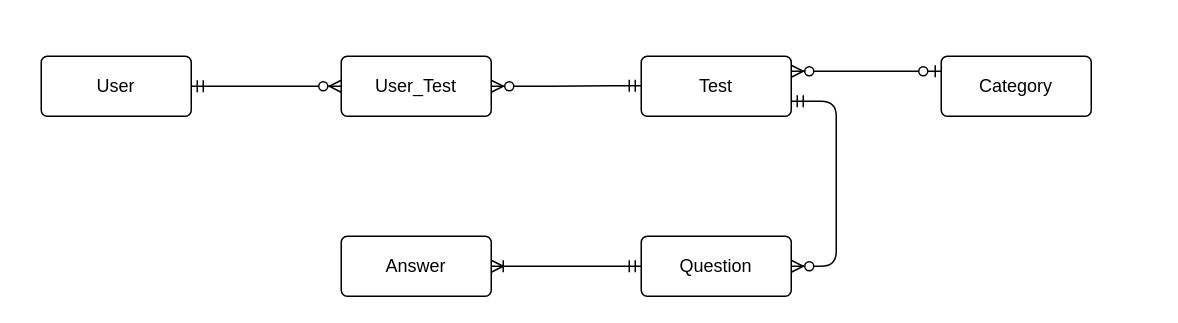
Before: Untitled Diagram.drawio in Lexxicus/TestGuru, a draw.io diagram. Source tidied: cells renumbered, new cells numbered last; positions are measured from the earlier drawing's top-left corner, leaving out a move shared by most shapes. Both pictures are drawn from the tidied source at 150%, with x=0, y=0 at pixel (40, 56).
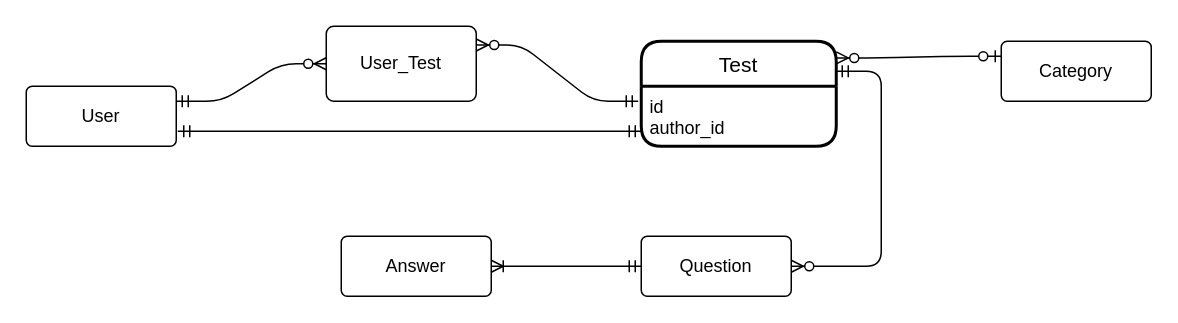
After the change.

Change to the diagram source:
```diff
@@
 <mxGraphModel>
   <root>
     <mxCell id="0" />
     <mxCell id="1" parent="0" />
     <mxCell id="2" value="User" style="rounded=1;arcSize=10;whiteSpace=wrap;html=1;align=center;" parent="1" vertex="1">
-      <mxGeometry width="100" height="40" as="geometry" />
+      <mxGeometry x="-10" y="20" width="100" height="40" as="geometry" />
     </mxCell>
-    <mxCell id="3" value="Test" style="rounded=1;arcSize=10;whiteSpace=wrap;html=1;align=center;" parent="1" vertex="1">
-      <mxGeometry x="400" width="100" height="40" as="geometry" />
-    </mxCell>
     <mxCell id="4" value="Question" style="rounded=1;arcSize=10;whiteSpace=wrap;html=1;align=center;" parent="1" vertex="1">
       <mxGeometry x="400" y="120" width="100" height="40" as="geometry" />
     </mxCell>
     <mxCell id="5" value="Answer" style="rounded=1;arcSize=10;whiteSpace=wrap;html=1;align=center;" parent="1" vertex="1">
       <mxGeometry x="200" y="120" width="100" height="40" as="geometry" />
     </mxCell>
     <mxCell id="6" value="User_Test" style="rounded=1;arcSize=10;whiteSpace=wrap;html=1;align=center;" parent="1" vertex="1">
-      <mxGeometry x="200" width="100" height="40" as="geometry" />
+      <mxGeometry x="190" y="-20" width="100" height="50" as="geometry" />
     </mxCell>
     <mxCell id="7" value="Category" style="rounded=1;arcSize=10;whiteSpace=wrap;html=1;align=center;" parent="1" vertex="1">
-      <mxGeometry x="600" width="100" height="40" as="geometry" />
+      <mxGeometry x="640" y="-10" width="100" height="40" as="geometry" />
     </mxCell>
-    <mxCell id="8" style="edgeStyle=entityRelationEdgeStyle;fontSize=12;html=1;endArrow=ERzeroToMany;startArrow=ERmandOne;startFill=0;exitX=1;exitY=0.5;exitDx=0;exitDy=0;entryX=0;entryY=0.5;entryDx=0;entryDy=0;" parent="1" edge="1" source="2" target="6">
+    <mxCell id="8" style="edgeStyle=entityRelationEdgeStyle;fontSize=12;html=1;endArrow=ERzeroToMany;startArrow=ERmandOne;startFill=0;exitX=1;exitY=0.25;exitDx=0;exitDy=0;entryX=0;entryY=0.5;entryDx=0;entryDy=0;" parent="1" edge="1" source="2" target="6">
       <mxGeometry relative="1" as="geometry" />
     </mxCell>
-    <mxCell id="9" style="edgeStyle=entityRelationEdgeStyle;fontSize=12;html=1;endArrow=ERmandOne;startArrow=ERzeroToMany;startFill=1;entryX=0;entryY=0.5;entryDx=0;entryDy=0;endFill=0;" parent="1" edge="1">
+    <mxCell id="9" style="edgeStyle=entityRelationEdgeStyle;fontSize=12;html=1;endArrow=ERmandOne;startArrow=ERzeroToMany;startFill=1;endFill=0;exitX=1;exitY=0.25;exitDx=0;exitDy=0;" parent="1" edge="1" source="6">
       <mxGeometry relative="1" as="geometry">
-        <mxPoint x="300" y="20" as="sourcePoint" />
-        <mxPoint x="400" y="19.7" as="targetPoint" />
+        <mxPoint x="398" y="30" as="targetPoint" />
       </mxGeometry>
     </mxCell>
-    <mxCell id="10" style="edgeStyle=entityRelationEdgeStyle;fontSize=12;html=1;endArrow=ERzeroToOne;exitX=1;exitY=0.25;exitDx=0;exitDy=0;startArrow=ERzeroToMany;startFill=1;endFill=1;entryX=0;entryY=0.25;entryDx=0;entryDy=0;" parent="1" edge="1" source="3" target="7">
+    <mxCell id="10" style="edgeStyle=entityRelationEdgeStyle;fontSize=12;html=1;endArrow=ERzeroToOne;startArrow=ERzeroToMany;startFill=1;endFill=1;entryX=0;entryY=0.25;entryDx=0;entryDy=0;exitX=1;exitY=0.159;exitDx=0;exitDy=0;exitPerimeter=0;" parent="1" edge="1" source="3" target="7">
       <mxGeometry relative="1" as="geometry" />
     </mxCell>
     <mxCell id="11" style="edgeStyle=entityRelationEdgeStyle;fontSize=12;html=1;endArrow=ERzeroToMany;entryX=1;entryY=0.5;entryDx=0;entryDy=0;startArrow=ERmandOne;startFill=0;endFill=1;" parent="1" edge="1" target="4">
       <mxGeometry relative="1" as="geometry">
-        <mxPoint x="500" y="30" as="sourcePoint" />
+        <mxPoint x="530" y="10" as="sourcePoint" />
       </mxGeometry>
     </mxCell>
     <mxCell id="12" style="edgeStyle=entityRelationEdgeStyle;fontSize=12;html=1;endArrow=ERmandOne;startArrow=ERoneToMany;endFill=0;startFill=0;entryX=0;entryY=0.5;entryDx=0;entryDy=0;exitX=1;exitY=0.5;exitDx=0;exitDy=0;" parent="1" edge="1" source="5" target="4">
       <mxGeometry relative="1" as="geometry" />
     </mxCell>
+    <mxCell id="13" style="edgeStyle=entityRelationEdgeStyle;fontSize=12;html=1;endArrow=ERmandOne;startArrow=ERmandOne;entryX=0;entryY=0.75;entryDx=0;entryDy=0;" parent="1" edge="1" target="14">
+      <mxGeometry relative="1" as="geometry">
+        <mxPoint x="91" y="50" as="sourcePoint" />
+      </mxGeometry>
+    </mxCell>
+    <mxCell id="3" value="Test" style="swimlane;horizontal=1;startSize=30;rounded=1;fontSize=14;fontStyle=0;strokeWidth=2;shadow=0;dashed=0;align=center;" parent="1" vertex="1">
+      <mxGeometry x="400" y="-10" width="130" height="70" as="geometry" />
+    </mxCell>
+    <mxCell id="14" value="id&#10;author_id" style="align=left;strokeColor=none;fillColor=none;spacingLeft=4;fontSize=12;verticalAlign=top;" parent="3" vertex="1">
+      <mxGeometry y="30" width="130" height="40" as="geometry" />
+    </mxCell>
   </root>
 </mxGraphModel>
```
